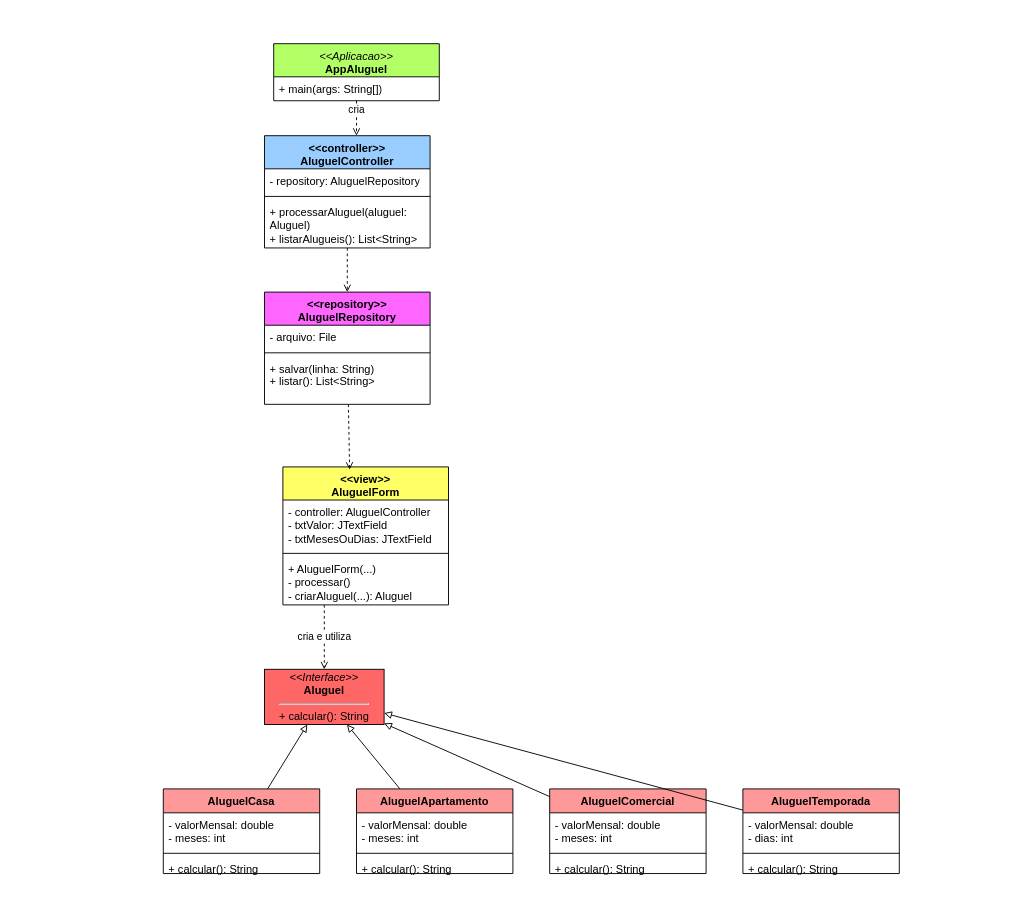
This is gestor-aluguel-solid-arquivo/src/main/java/com/tecdes/aluguel/model/Diagrama.drawio from GabrielvitorSenai/GabrielVitor_GestorAluguel, a draw.io file, before an edit. Source tidied: cells renumbered, new cells numbered last; positions are measured from the earlier drawing's top-left corner, leaving out a move shared by most shapes. Both pictures are drawn from the tidied source at 92%, with x=0, y=0 at pixel (163, 43).
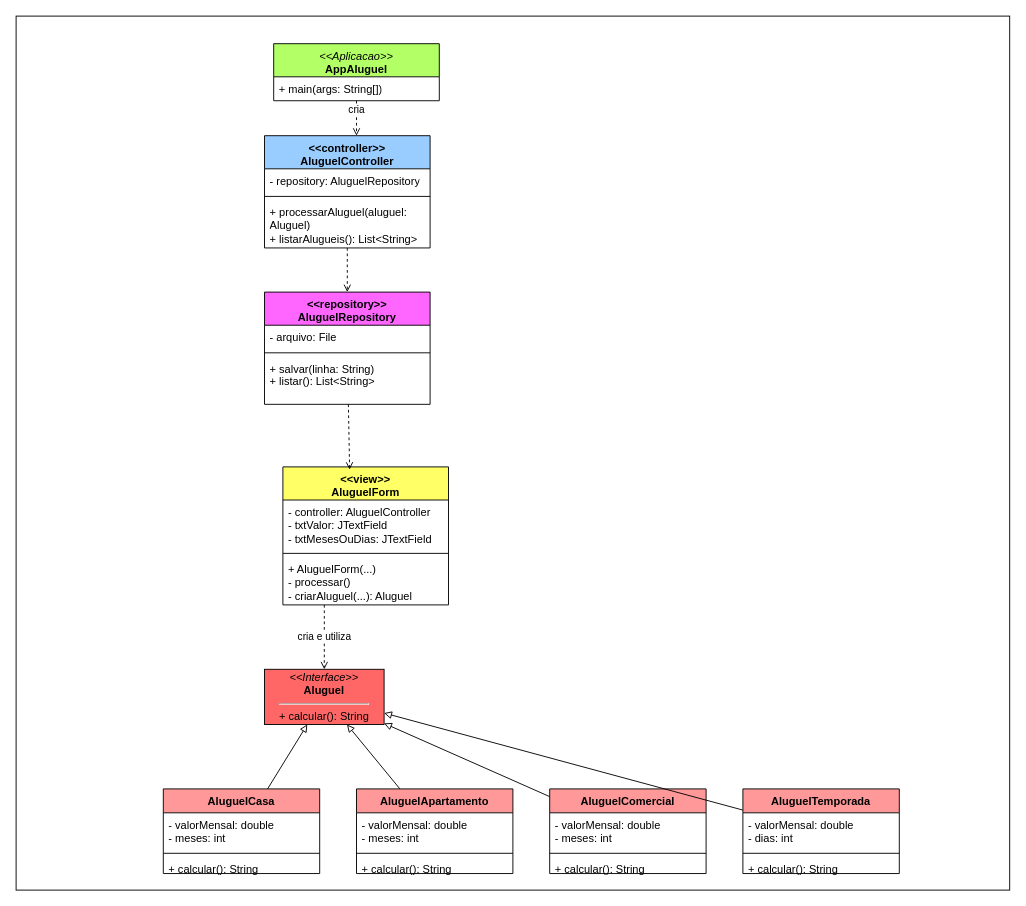
The same diagram, later.

Commit message (it also covers changes not shown here):
Adicionado png do diagrama

What changed in the source:
```diff
@@
+    <mxCell id="41" style="rounded=0;whiteSpace=wrap;html=1;" parent="1" vertex="1">
+      <mxGeometry x="-160" y="-30" width="1080" height="950" as="geometry" />
+    </mxCell>
```
